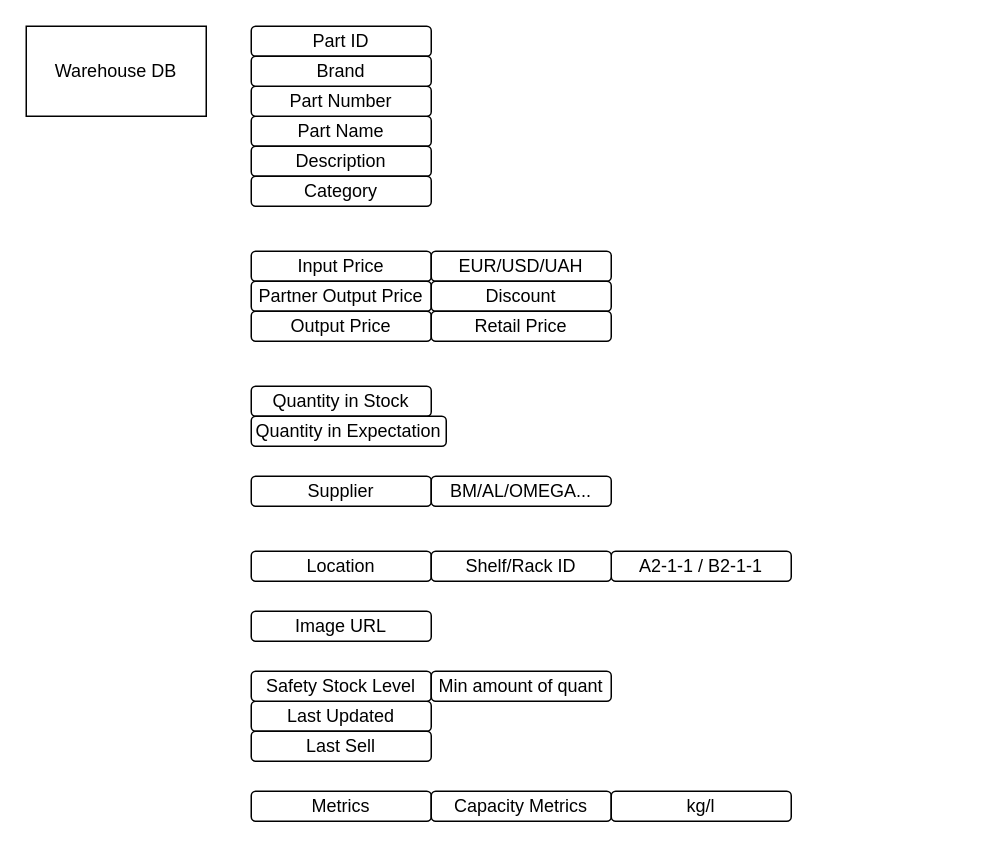
Above: page "Warehouse DB" (1 of 7) of db.drawio in PashaBiker/avf_flask (draw.io), before the change. Source tidied: cells renumbered, new cells numbered last; positions are measured from the earlier drawing's top-left corner, leaving out a move shared by most shapes. Both pictures are drawn from the tidied source at 150%, with x=0, y=0 at pixel (26, 26).
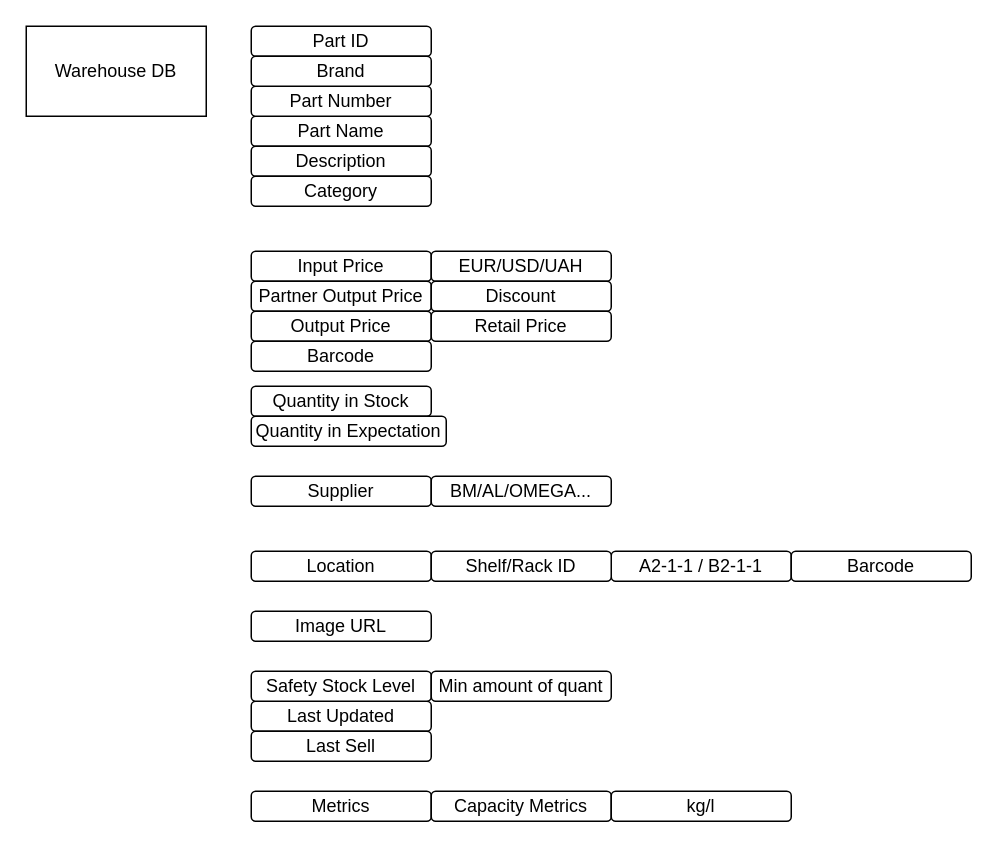
The same page after the edit.

The edit, as a diff of the source:
```diff
@@
+    <mxCell id="30" value="Barcode" style="rounded=1;whiteSpace=wrap;html=1;" parent="1" vertex="1">
+      <mxGeometry x="510" y="350" width="120" height="20" as="geometry" />
+    </mxCell>
+    <mxCell id="31" value="Barcode" style="rounded=1;whiteSpace=wrap;html=1;" parent="1" vertex="1">
+      <mxGeometry x="150" y="210" width="120" height="20" as="geometry" />
+    </mxCell>
```
